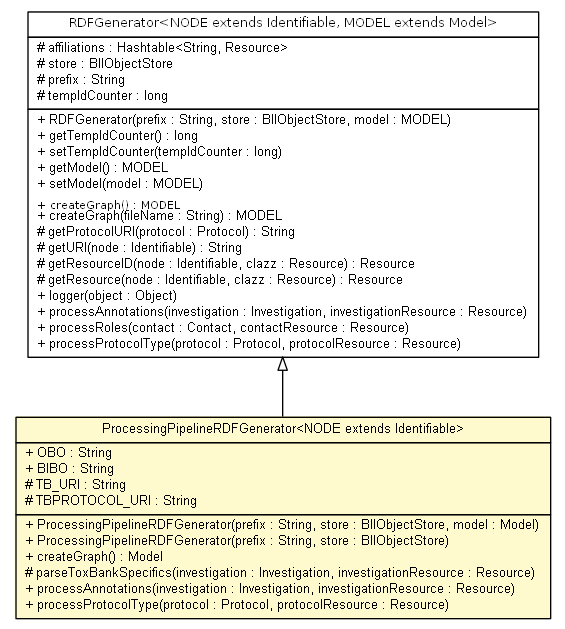
Before: apidocs/org/isa2rdf/cli/ProcessingPipelineRDFGenerator.png, a diagram exported from Graphviz (ToxBank/isa2rdf). Its source is kept beside it as apidocs/org/isa2rdf/cli/ProcessingPipelineRDFGenerator.dot.
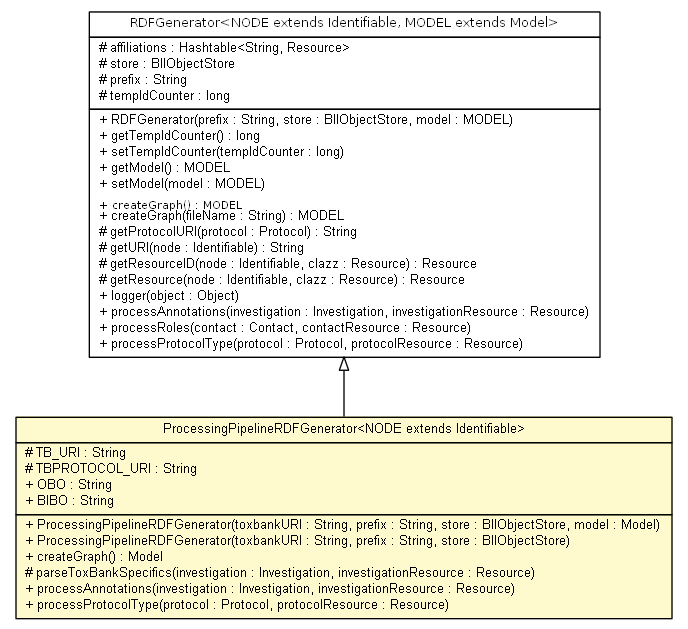
After the change.

Diff of the diagram source:
```diff
@@ -35,14 +35,14 @@
 			<tr><td> ProcessingPipelineRDFGenerator&lt;NODE extends Identifiable&gt; </td></tr>
 		</table></td></tr>
 		<tr><td><table border="0" cellspacing="0" cellpadding="1">
+			<tr><td align="left"> # TB_URI : String </td></tr>
+			<tr><td align="left"> # TBPROTOCOL_URI : String </td></tr>
 			<tr><td align="left"> + OBO : String </td></tr>
 			<tr><td align="left"> + BIBO : String </td></tr>
-			<tr><td align="left"> # TB_URI : String </td></tr>
-			<tr><td align="left"> # TBPROTOCOL_URI : String </td></tr>
 		</table></td></tr>
 		<tr><td><table border="0" cellspacing="0" cellpadding="1">
-			<tr><td align="left"> + ProcessingPipelineRDFGenerator(prefix : String, store : BIIObjectStore, model : Model) </td></tr>
-			<tr><td align="left"> + ProcessingPipelineRDFGenerator(prefix : String, store : BIIObjectStore) </td></tr>
+			<tr><td align="left"> + ProcessingPipelineRDFGenerator(toxbankURI : String, prefix : String, store : BIIObjectStore, model : Model) </td></tr>
+			<tr><td align="left"> + ProcessingPipelineRDFGenerator(toxbankURI : String, prefix : String, store : BIIObjectStore) </td></tr>
 			<tr><td align="left"> + createGraph() : Model </td></tr>
 			<tr><td align="left"> # parseToxBankSpecifics(investigation : Investigation, investigationResource : Resource) </td></tr>
 			<tr><td align="left"> + processAnnotations(investigation : Investigation, investigationResource : Resource) </td></tr>
```
